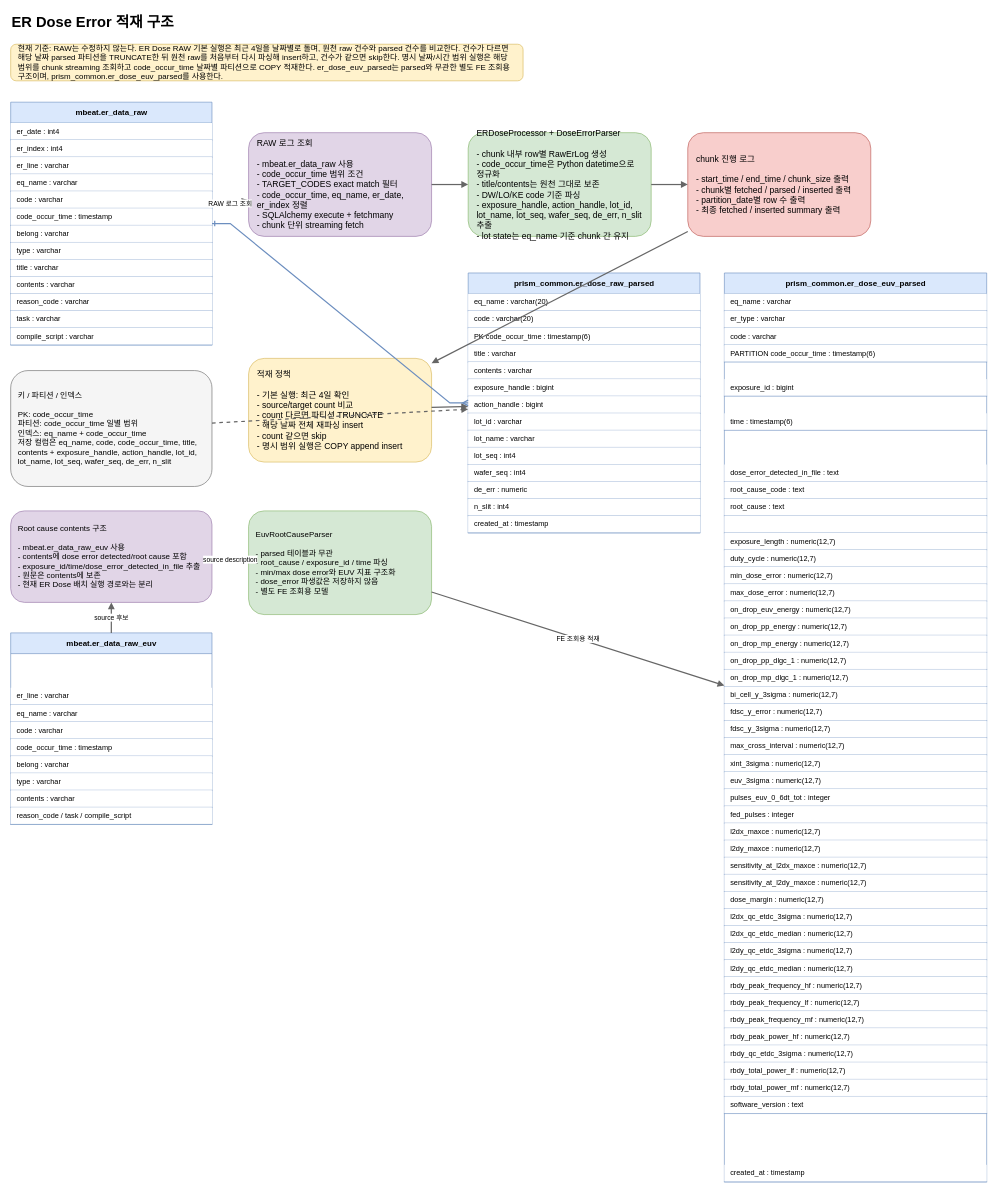
The draw.io diagram docs/er_dose_flow.drawio in junho0831/PythonStudy, before the edit. Source tidied: cells renumbered, new cells numbered last; positions are measured from the earlier drawing's top-left corner, leaving out a move shared by most shapes. Both pictures are drawn from the tidied source at 61%, with x=0, y=0 at pixel (10, 10).
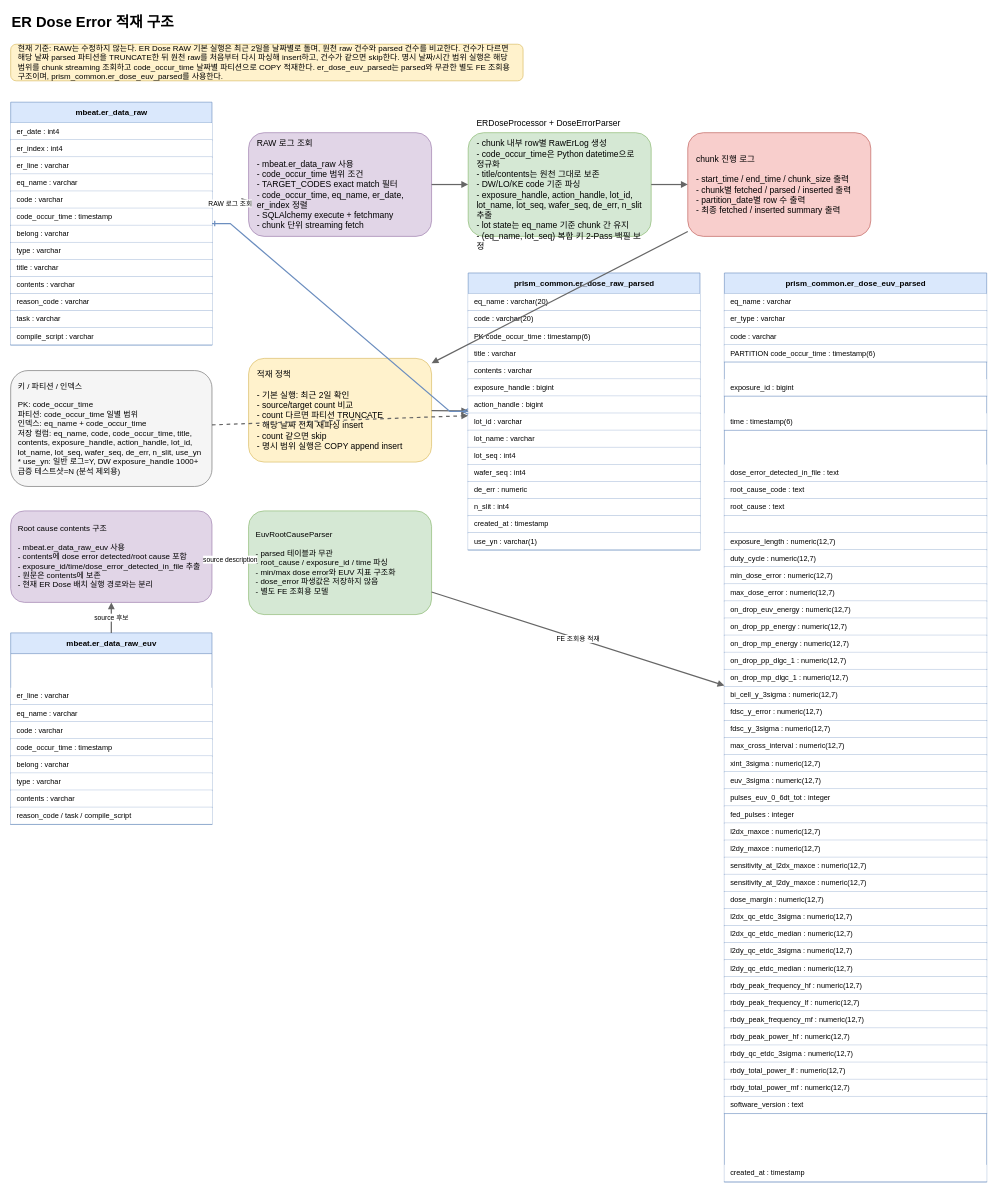
The same page after the edit.

Commit message (it also covers changes not shown here):
docs: ER Dose 파이프라인 (eq_name, lot_seq) 복합 키 보정, 최근 2일 lookback 및 ANALYZE/use_yn 명세 최신화

Change to the diagram source:
```diff
@@
-    <mxCell id="3" value="현재 기준: RAW는 수정하지 않는다. ER Dose RAW 기본 실행은 최근 4일을 날짜별로 돌며, 원천 raw 건수와 parsed 건수를 비교한다. 건수가 다르면 해당 날짜 parsed 파티션을 TRUNCATE한 뒤 원천 raw를 처음부터 다시 파싱해 insert하고, 건수가 같으면 skip한다. 명시 날짜/시간 범위 실행은 해당 범위를 chunk streaming 조회하고 code_occur_time 날짜별 파티션으로 COPY 적재한다. er_dose_euv_parsed는 parsed와 무관한 별도 FE 조회용 구조이며, prism_common.er_dose_euv_parsed를 사용한다." style="rounded=1;whiteSpace=wrap;html=1;fillColor=#fff2cc;strokeColor=#d6b656;fontSize=13;align=left;spacing=12;" parent="1" vertex="1">
+    <mxCell id="3" value="현재 기준: RAW는 수정하지 않는다. ER Dose RAW 기본 실행은 최근 2일을 날짜별로 돌며, 원천 raw 건수와 parsed 건수를 비교한다. 건수가 다르면 해당 날짜 parsed 파티션을 TRUNCATE한 뒤 원천 raw를 처음부터 다시 파싱해 insert하고, 건수가 같으면 skip한다. 명시 날짜/시간 범위 실행은 해당 범위를 chunk streaming 조회하고 code_occur_time 날짜별 파티션으로 COPY 적재한다. er_dose_euv_parsed는 parsed와 무관한 별도 FE 조회용 구조이며, prism_common.er_dose_euv_parsed를 사용한다." style="rounded=1;whiteSpace=wrap;html=1;fillColor=#fff2cc;strokeColor=#d6b656;fontSize=13;align=left;spacing=12;" parent="1" vertex="1">
       <mxGeometry y="55" width="840" height="60" as="geometry" />
     </mxCell>
@@
-    <mxCell id="19" value="ERDoseProcessor + DoseErrorParser&#10;&#10;- chunk 내부 row별 RawErLog 생성&#10;- code_occur_time은 Python datetime으로 정규화&#10;- title/contents는 원천 그대로 보존&#10;- DW/LO/KE code 기준 파싱&#10;- exposure_handle, action_handle, lot_id, lot_name, lot_seq, wafer_seq, de_err, n_slit 추출&#10;- lot state는 eq_name 기준 chunk 간 유지" style="rounded=1;whiteSpace=wrap;html=1;fillColor=#d5e8d4;strokeColor=#82b366;fontSize=14;align=left;spacing=14;" parent="1" vertex="1">
+    <mxCell id="19" value="ERDoseProcessor + DoseErrorParser&#10;&#10;- chunk 내부 row별 RawErLog 생성&#10;- code_occur_time은 Python datetime으로 정규화&#10;- title/contents는 원천 그대로 보존&#10;- DW/LO/KE code 기준 파싱&#10;- exposure_handle, action_handle, lot_id, lot_name, lot_seq, wafer_seq, de_err, n_slit 추출&#10;- lot state는 eq_name 기준 chunk 간 유지&#10;- (eq_name, lot_seq) 복합 키 2-Pass 백필 보정" style="rounded=1;whiteSpace=wrap;html=1;fillColor=#d5e8d4;strokeColor=#82b366;fontSize=14;align=left;spacing=14;" parent="1" vertex="1">
       <mxGeometry x="750" y="200" width="300" height="170" as="geometry" />
     </mxCell>
@@
-    <mxCell id="21" value="적재 정책&#10;&#10;- 기본 실행: 최근 4일 확인&#10;- source/target count 비교&#10;- count 다르면 파티션 TRUNCATE&#10;- 해당 날짜 전체 재파싱 insert&#10;- count 같으면 skip&#10;- 명시 범위 실행은 COPY append insert" style="rounded=1;whiteSpace=wrap;html=1;fillColor=#fff2cc;strokeColor=#d6b656;fontSize=14;align=left;spacing=14;" parent="1" vertex="1">
+    <mxCell id="21" value="적재 정책&#10;&#10;- 기본 실행: 최근 2일 확인&#10;- source/target count 비교&#10;- count 다르면 파티션 TRUNCATE&#10;- 해당 날짜 전체 재파싱 insert&#10;- count 같으면 skip&#10;- 명시 범위 실행은 COPY append insert" style="rounded=1;whiteSpace=wrap;html=1;fillColor=#fff2cc;strokeColor=#d6b656;fontSize=14;align=left;spacing=14;" parent="1" vertex="1">
       <mxGeometry x="390" y="570" width="300" height="170" as="geometry" />
     </mxCell>
     <mxCell id="22" value="prism_common.er_dose_raw_parsed" style="shape=table;html=1;startSize=34;childLayout=tableLayout;rowLines=0;fillColor=#dae8fc;strokeColor=#6c8ebf;fontSize=13;fontStyle=1;align=center;verticalAlign=middle;" parent="1" vertex="1">
-      <mxGeometry x="750" y="430" width="380" height="426" as="geometry" />
+      <mxGeometry x="750" y="430" width="380" height="454" as="geometry" />
     </mxCell>
@@
+    <mxCell id="105" value="use_yn : varchar(1)" style="shape=tableRow;html=1;horizontal=1;startSize=0;top=0;left=0;right=0;bottom=1;fillColor=#ffffff;strokeColor=#6c8ebf;fontSize=12;align=left;verticalAlign=middle;spacingLeft=8;" parent="22" vertex="1">
+      <mxGeometry y="426" width="380" height="28" as="geometry" />
+    </mxCell>
-    <mxCell id="37" value="키 / 파티션 / 인덱스&#10;&#10;PK: code_occur_time&#10;파티션: code_occur_time 일별 범위&#10;인덱스: eq_name + code_occur_time&#10;저장 컬럼은 eq_name, code, code_occur_time, title, contents + exposure_handle, action_handle, lot_id, lot_name, lot_seq, wafer_seq, de_err, n_slit" style="rounded=1;whiteSpace=wrap;html=1;fillColor=#f5f5f5;strokeColor=#666666;fontSize=13;align=left;spacing=12;" parent="1" vertex="1">
+    <mxCell id="37" value="키 / 파티션 / 인덱스&#10;&#10;PK: code_occur_time&#10;파티션: code_occur_time 일별 범위&#10;인덱스: eq_name + code_occur_time&#10;저장 컬럼: eq_name, code, code_occur_time, title, contents, exposure_handle, action_handle, lot_id, lot_name, lot_seq, wafer_seq, de_err, n_slit, use_yn&#10;* use_yn: 일반 로그=Y, DW exposure_handle 1000+ 급증 테스트샷=N (분석 제외용)" style="rounded=1;whiteSpace=wrap;html=1;fillColor=#f5f5f5;strokeColor=#666666;fontSize=13;align=left;spacing=12;" parent="1" vertex="1">
       <mxGeometry y="590" width="330" height="190" as="geometry" />
     </mxCell>
```
